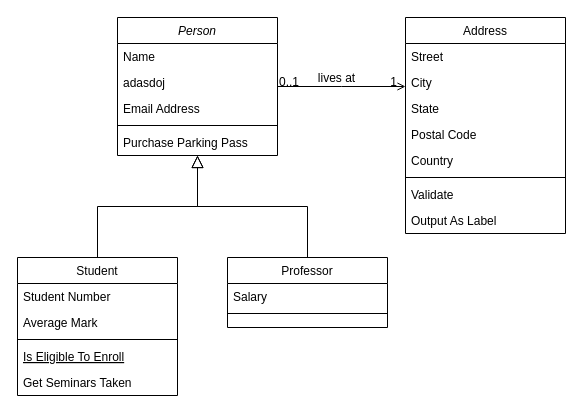
The draw.io diagram Klassendiagramm.drawio in JL710/noname-rollplaygame, before the edit. Source tidied: cells renumbered, new cells numbered last; positions are measured from the earlier drawing's top-left corner, leaving out a move shared by most shapes. Both pictures are drawn from the tidied source at 100%, with x=0, y=0 at pixel (17, 17).
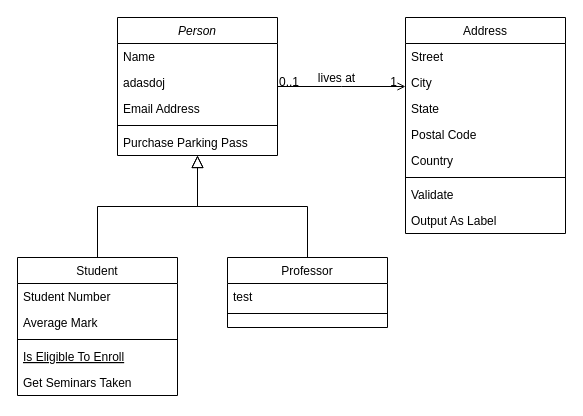
Above is the later version.

Unchanged cells that the change refers to:
```xml
<mxCell id="15" value="Professor" style="swimlane;fontStyle=0;align=center;verticalAlign=top;horizontal=1;startSize=26;rounded=0;shadow=0;strokeWidth=1;" parent="1" vertex="1">
  <mxGeometry x="210" y="240" width="160" height="70" as="geometry" />
</mxCell>
```

Diff of the diagram source:
```diff
@@
-    <mxCell id="16" value="Salary" style="text;align=left;verticalAlign=top;spacingLeft=4;spacingRight=4;overflow=hidden;" parent="15" vertex="1">
+    <mxCell id="16" value="test" style="text;align=left;verticalAlign=top;spacingLeft=4;spacingRight=4;overflow=hidden;" parent="15" vertex="1">
       <mxGeometry y="26" width="160" height="26" as="geometry" />
     </mxCell>
```
